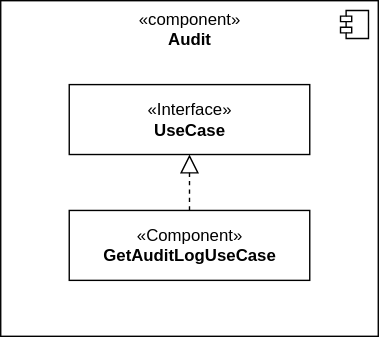
Earlier version of the draw.io export src/template_thesis/diagrams/audit_browser/audit_browser_usecases_audit_class_diagram.drawio.svg (HaniAlshikh/bachelor-thesis). Source tidied: cells renumbered, new cells last; positions are measured from the earlier drawing's top-left corner, leaving out a move shared by most shapes.
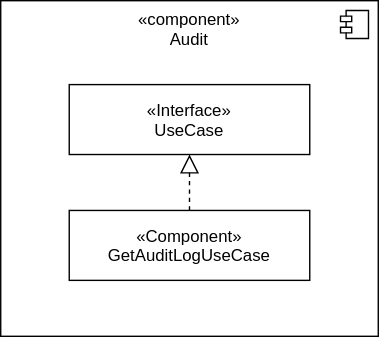
The same file after the commit.

Change to the diagram source:
```diff
@@ -2,7 +2,7 @@
   <root>
     <mxCell id="0" />
     <mxCell id="1" parent="0" />
-    <mxCell id="2" value="«component»&lt;b&gt;&lt;br&gt;Audit&lt;br&gt;&lt;/b&gt;" style="html=1;strokeWidth=1;align=center;verticalAlign=top;" parent="1" vertex="1">
+    <mxCell id="2" value="«component»&#10;Audit&#10;" style="strokeWidth=1;align=center;verticalAlign=top;" parent="1" vertex="1">
       <mxGeometry width="270" height="240" as="geometry" />
     </mxCell>
     <mxCell id="3" style="shape=module;jettyWidth=8;jettyHeight=4;strokeWidth=1;align=center;verticalAlign=middle;" parent="2" vertex="1">
@@ -10,13 +10,13 @@
         <mxPoint x="-27" y="7" as="offset" />
       </mxGeometry>
     </mxCell>
-    <mxCell id="4" style="edgeStyle=none;html=1;endArrow=block;endFill=0;endSize=11;rounded=0;dashed=1;" parent="1" edge="1" source="5" target="6">
+    <mxCell id="4" style="edgeStyle=none;endArrow=block;endFill=0;endSize=11;rounded=0;dashed=1;" parent="1" edge="1" source="5" target="6">
       <mxGeometry relative="1" as="geometry" />
     </mxCell>
-    <mxCell id="5" value="«Component»&lt;br&gt;&lt;b&gt;GetAuditLogUseCase&lt;/b&gt;" style="html=1;strokeWidth=1;" parent="1" vertex="1">
+    <mxCell id="5" value="«Component»&#10;GetAuditLogUseCase" style="strokeWidth=1;" parent="1" vertex="1">
       <mxGeometry x="49" y="150" width="172" height="50" as="geometry" />
     </mxCell>
-    <mxCell id="6" value="«Interface»&lt;br&gt;&lt;b&gt;UseCase&lt;/b&gt;" style="html=1;strokeWidth=1;" parent="1" vertex="1">
+    <mxCell id="6" value="«Interface»&#10;UseCase" style="strokeWidth=1;" parent="1" vertex="1">
       <mxGeometry x="49" y="60" width="172" height="50" as="geometry" />
     </mxCell>
   </root>
```
